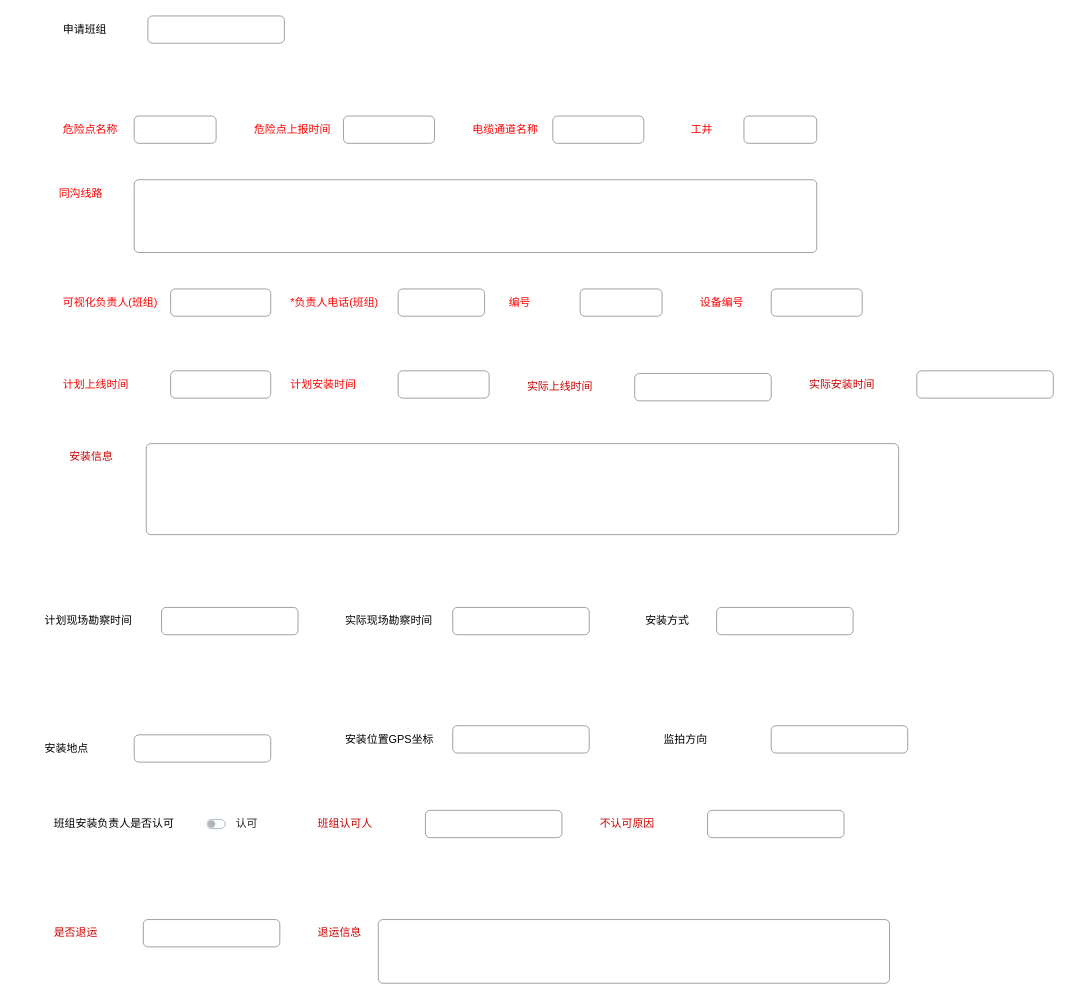
This is 济南电缆.drawio from zm52hz/test1, a draw.io file, before an edit. Source tidied: cells renumbered, new cells numbered last; positions are measured from the earlier drawing's top-left corner, leaving out a move shared by most shapes. Both pictures are drawn from the tidied source at 91%, with x=0, y=0 at pixel (15, 15).
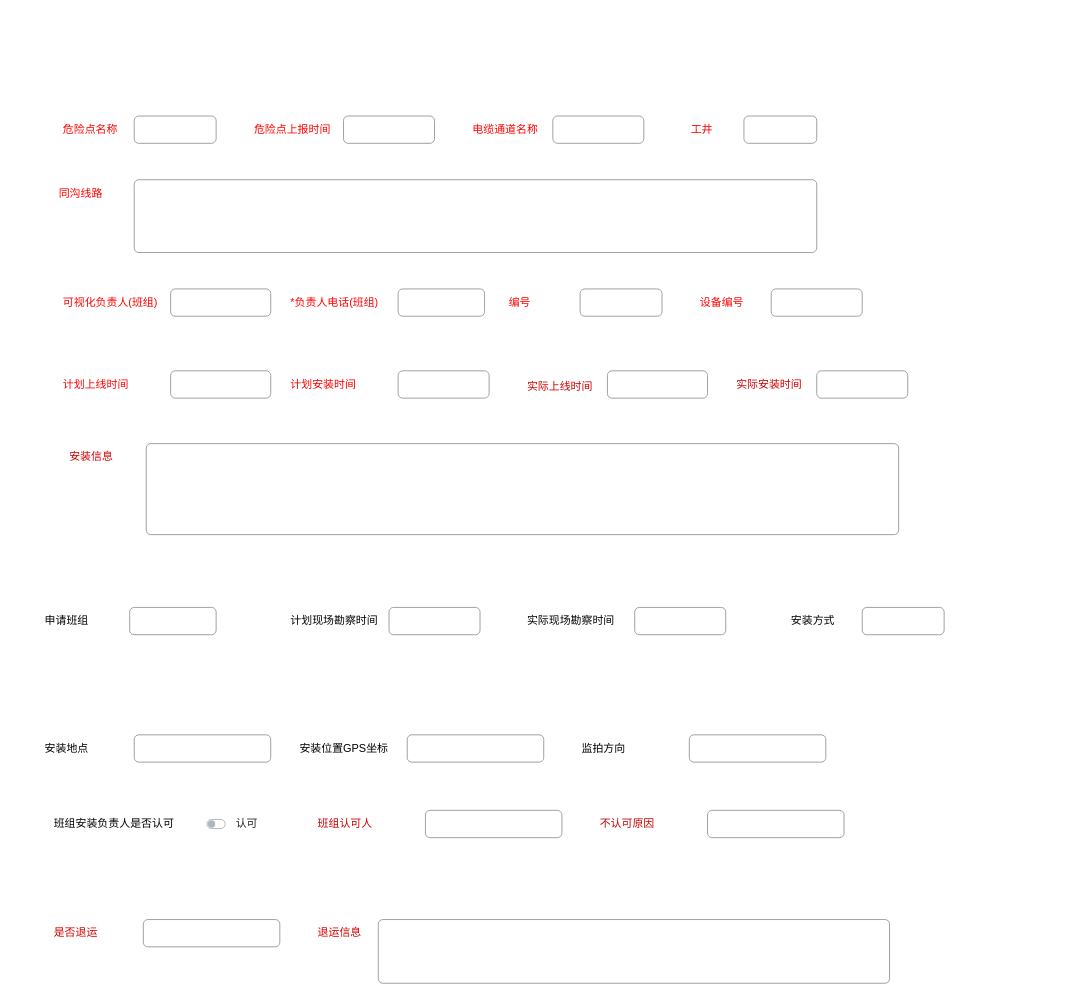
The same diagram, later.

Commit message (it also covers changes not shown here):
更新济南电缆.drawio

Diff of the diagram source:
```diff
@@
-    <mxCell id="2" style="group;" parent="1" vertex="1">
-      <mxGeometry x="40" y="540" width="270" height="140" as="geometry" />
-    </mxCell>
-    <mxCell id="3" value="计划现场勘察时间" style="text;html=1;strokeColor=none;fillColor=none;align=left;verticalAlign=middle;whiteSpace=wrap;rounded=0;" parent="2" vertex="1">
-      <mxGeometry x="-10" y="110" width="110" height="30" as="geometry" />
-    </mxCell>
-    <mxCell id="4" style="html=1;shadow=0;dashed=0;shape=mxgraph.bootstrap.rrect;rSize=5;fillColor=none;strokeColor=#999999;align=left;spacing=15;fontSize=14;fontColor=#6C767D;" parent="2" vertex="1">
-      <mxGeometry x="120" y="110" width="150" height="30" as="geometry">
-        <mxPoint x="-70" y="-110" as="offset" />
-      </mxGeometry>
-    </mxCell>
@@
-    <mxCell id="9" style="group;" parent="1" vertex="1">
-      <mxGeometry x="720" y="570" width="200" height="140" as="geometry" />
-    </mxCell>
-    <mxCell id="10" value="安装方式" style="text;html=1;strokeColor=none;fillColor=none;align=left;verticalAlign=middle;whiteSpace=wrap;rounded=0;" parent="9" vertex="1">
-      <mxGeometry x="-30" y="80" width="110" height="30" as="geometry" />
-    </mxCell>
-    <mxCell id="11" style="html=1;shadow=0;dashed=0;shape=mxgraph.bootstrap.rrect;rSize=5;fillColor=none;strokeColor=#999999;align=left;spacing=15;fontSize=14;fontColor=#6C767D;" parent="9" vertex="1">
-      <mxGeometry x="50" y="80" width="150" height="30" as="geometry">
-        <mxPoint x="-70" y="-110" as="offset" />
-      </mxGeometry>
-    </mxCell>
@@
-    <mxCell id="22" value="实际现场勘察时间" style="text;html=1;strokeColor=none;fillColor=none;align=left;verticalAlign=middle;whiteSpace=wrap;rounded=0;" parent="1" vertex="1">
-      <mxGeometry x="360" y="650" width="110" height="30" as="geometry" />
-    </mxCell>
-    <mxCell id="23" style="html=1;shadow=0;dashed=0;shape=mxgraph.bootstrap.rrect;rSize=5;fillColor=none;strokeColor=#999999;align=left;spacing=15;fontSize=14;fontColor=#6C767D;" parent="1" vertex="1">
-      <mxGeometry x="480" y="650" width="150" height="30" as="geometry">
-        <mxPoint x="-70" y="-110" as="offset" />
-      </mxGeometry>
-    </mxCell>
@@
     <mxCell id="27" value="监拍方向" style="text;html=1;strokeColor=none;fillColor=none;align=left;verticalAlign=middle;whiteSpace=wrap;rounded=0;" parent="1" vertex="1">
-      <mxGeometry x="710" y="780" width="110" height="30" as="geometry" />
+      <mxGeometry x="620" y="790" width="110" height="30" as="geometry" />
     </mxCell>
     <mxCell id="28" style="html=1;shadow=0;dashed=0;shape=mxgraph.bootstrap.rrect;rSize=5;fillColor=none;strokeColor=#999999;align=left;spacing=15;fontSize=14;fontColor=#6C767D;" parent="1" vertex="1">
-      <mxGeometry x="830" y="780" width="150" height="30" as="geometry">
+      <mxGeometry x="740" y="790" width="150" height="30" as="geometry">
         <mxPoint x="-70" y="-110" as="offset" />
       </mxGeometry>
     </mxCell>
     <mxCell id="29" value="安装位置GPS坐标" style="text;html=1;strokeColor=none;fillColor=none;align=left;verticalAlign=middle;whiteSpace=wrap;rounded=0;" parent="1" vertex="1">
-      <mxGeometry x="360" y="780" width="110" height="30" as="geometry" />
+      <mxGeometry x="310" y="790" width="110" height="30" as="geometry" />
     </mxCell>
     <mxCell id="30" style="html=1;shadow=0;dashed=0;shape=mxgraph.bootstrap.rrect;rSize=5;fillColor=none;strokeColor=#999999;align=left;spacing=15;fontSize=14;fontColor=#6C767D;" parent="1" vertex="1">
-      <mxGeometry x="480" y="780" width="150" height="30" as="geometry">
+      <mxGeometry x="430" y="790" width="150" height="30" as="geometry">
         <mxPoint x="-70" y="-110" as="offset" />
       </mxGeometry>
     </mxCell>
@@
     <mxCell id="56" value="&lt;font color=&quot;#cc0000&quot;&gt;实际安装时间&lt;/font&gt;" style="text;html=1;strokeColor=none;fillColor=none;align=left;verticalAlign=middle;whiteSpace=wrap;rounded=0;" parent="1" vertex="1">
-      <mxGeometry x="870" y="390" width="110" height="30" as="geometry" />
+      <mxGeometry x="790" y="390" width="110" height="30" as="geometry" />
     </mxCell>
     <mxCell id="57" style="html=1;shadow=0;dashed=0;shape=mxgraph.bootstrap.rrect;rSize=5;fillColor=none;strokeColor=#999999;align=left;spacing=15;fontSize=14;fontColor=#6C767D;" parent="1" vertex="1">
-      <mxGeometry x="990" y="390" width="150" height="30" as="geometry">
+      <mxGeometry x="880" y="390" width="100" height="30" as="geometry">
         <mxPoint x="-70" y="-110" as="offset" />
       </mxGeometry>
     </mxCell>
@@
     <mxCell id="59" style="html=1;shadow=0;dashed=0;shape=mxgraph.bootstrap.rrect;rSize=5;fillColor=none;strokeColor=#999999;align=left;spacing=15;fontSize=14;fontColor=#6C767D;" parent="1" vertex="1">
-      <mxGeometry x="680" y="393" width="150" height="30" as="geometry">
+      <mxGeometry x="650" y="390" width="110" height="30" as="geometry">
         <mxPoint x="-70" y="-110" as="offset" />
       </mxGeometry>
     </mxCell>
     <mxCell id="60" value="申请班组" style="text;html=1;strokeColor=none;fillColor=none;align=left;verticalAlign=middle;whiteSpace=wrap;rounded=0;" parent="1" vertex="1">
-      <mxGeometry x="50" width="110" height="30" as="geometry" />
+      <mxGeometry x="30" y="650" width="110" height="30" as="geometry" />
     </mxCell>
     <mxCell id="61" style="html=1;shadow=0;dashed=0;shape=mxgraph.bootstrap.rrect;rSize=5;fillColor=none;strokeColor=#999999;align=left;spacing=15;fontSize=14;fontColor=#6C767D;" parent="1" vertex="1">
-      <mxGeometry x="145" width="150" height="30" as="geometry">
+      <mxGeometry x="125" y="650" width="95" height="30" as="geometry">
         <mxPoint x="-70" y="-110" as="offset" />
       </mxGeometry>
     </mxCell>
+    <mxCell id="10" value="安装方式" style="text;html=1;strokeColor=none;fillColor=none;align=left;verticalAlign=middle;whiteSpace=wrap;rounded=0;" parent="1" vertex="1">
+      <mxGeometry x="850" y="650" width="110" height="30" as="geometry" />
+    </mxCell>
+    <mxCell id="11" style="html=1;shadow=0;dashed=0;shape=mxgraph.bootstrap.rrect;rSize=5;fillColor=none;strokeColor=#999999;align=left;spacing=15;fontSize=14;fontColor=#6C767D;" parent="1" vertex="1">
+      <mxGeometry x="930" y="650" width="90" height="30" as="geometry">
+        <mxPoint x="-70" y="-110" as="offset" />
+      </mxGeometry>
+    </mxCell>
+    <mxCell id="22" value="实际现场勘察时间" style="text;html=1;strokeColor=none;fillColor=none;align=left;verticalAlign=middle;whiteSpace=wrap;rounded=0;" parent="1" vertex="1">
+      <mxGeometry x="560" y="650" width="110" height="30" as="geometry" />
+    </mxCell>
+    <mxCell id="23" style="html=1;shadow=0;dashed=0;shape=mxgraph.bootstrap.rrect;rSize=5;fillColor=none;strokeColor=#999999;align=left;spacing=15;fontSize=14;fontColor=#6C767D;" parent="1" vertex="1">
+      <mxGeometry x="680" y="650" width="100" height="30" as="geometry">
+        <mxPoint x="-70" y="-110" as="offset" />
+      </mxGeometry>
+    </mxCell>
+    <mxCell id="62" style="group;" parent="1" vertex="1">
+      <mxGeometry x="300" y="540" width="230" height="140" as="geometry" />
+    </mxCell>
+    <mxCell id="3" value="计划现场勘察时间" style="text;html=1;strokeColor=none;fillColor=none;align=left;verticalAlign=middle;whiteSpace=wrap;rounded=0;" parent="62" vertex="1">
+      <mxGeometry y="110" width="110" height="30" as="geometry" />
+    </mxCell>
+    <mxCell id="4" style="html=1;shadow=0;dashed=0;shape=mxgraph.bootstrap.rrect;rSize=5;fillColor=none;strokeColor=#999999;align=left;spacing=15;fontSize=14;fontColor=#6C767D;" parent="62" vertex="1">
+      <mxGeometry x="110" y="110" width="100" height="30" as="geometry">
+        <mxPoint x="-70" y="-110" as="offset" />
+      </mxGeometry>
+    </mxCell>
```
